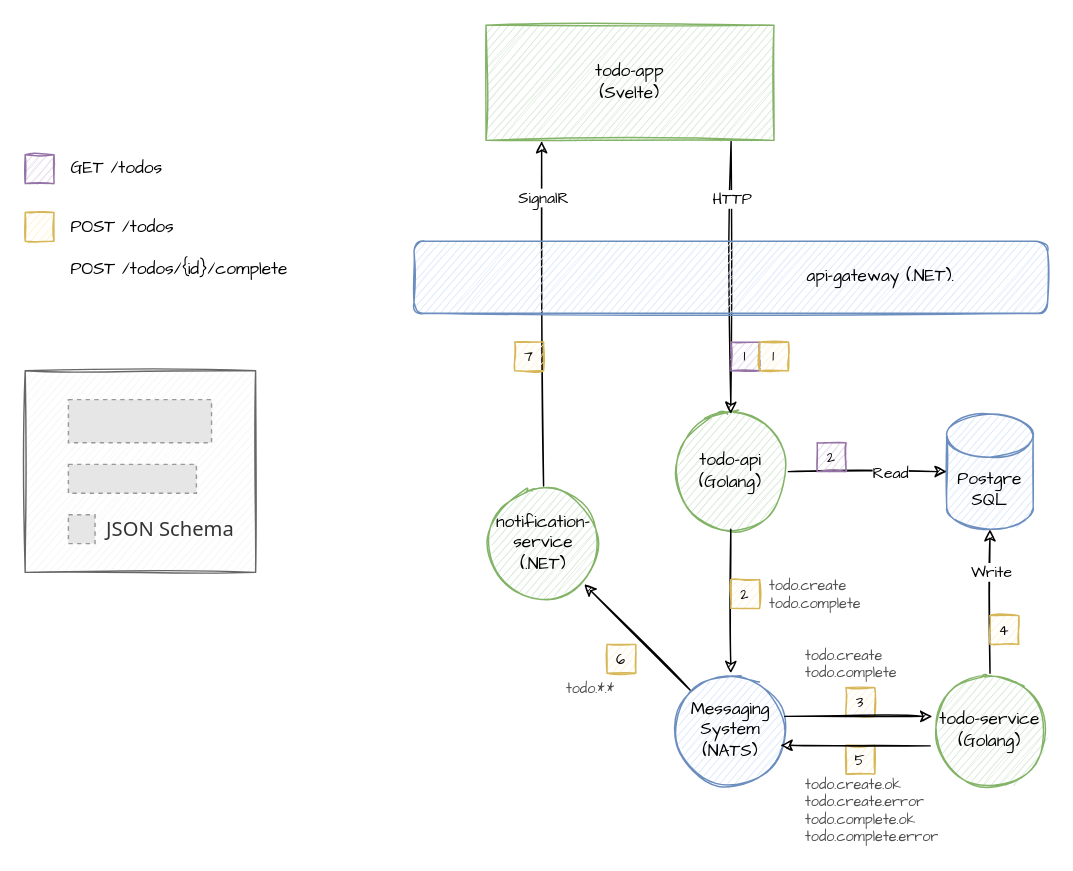
This is doc/architecture.drawio from heikkilamarko/todo-app, a draw.io file, before an edit. Source tidied: cells renumbered, new cells numbered last; positions are measured from the earlier drawing's top-left corner, leaving out a move shared by most shapes. Both pictures are drawn from the tidied source at 144%, with x=0, y=0 at pixel (24, 24). Pictures stored in the file or linked from it are replaced by grey dashed boxes.
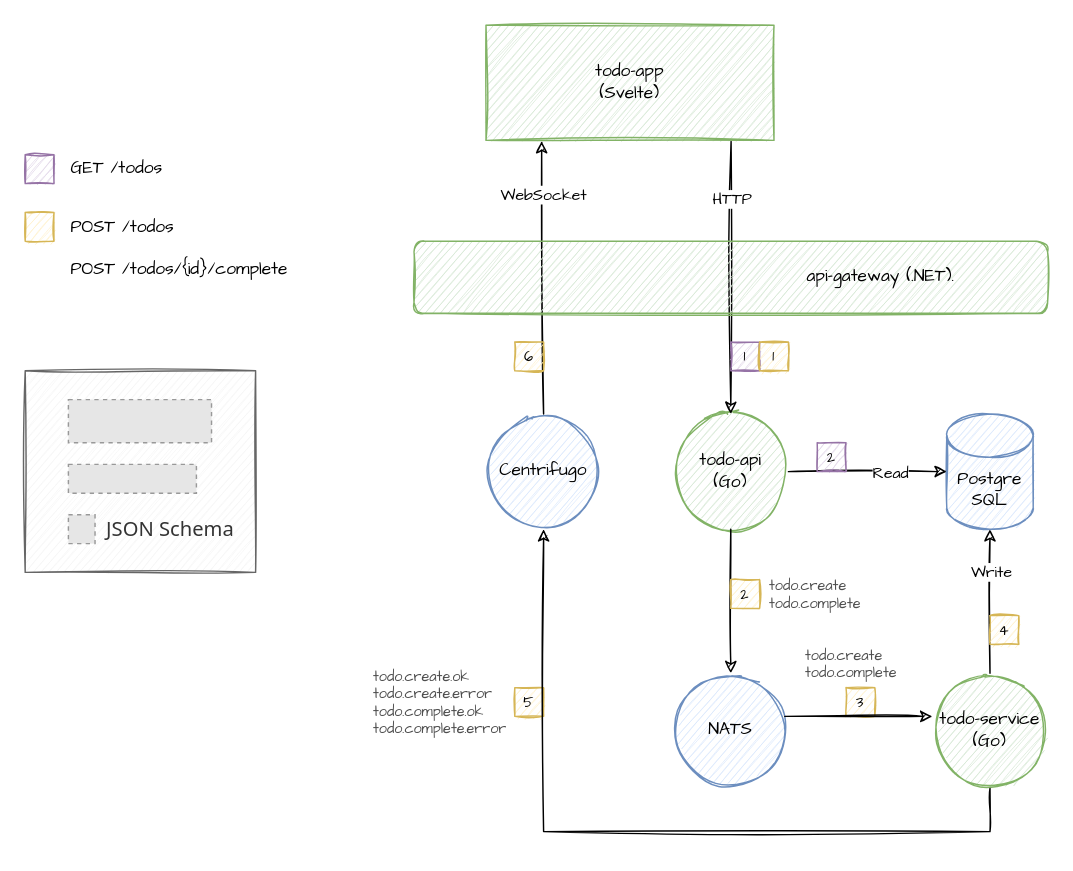
The same diagram, later.

The change refers to these unchanged cells:
```xml
<mxCell id="21" style="rounded=0;jettySize=auto;html=1;entryX=0.193;entryY=1.006;entryDx=0;entryDy=0;sketch=1;fontFamily=Comic Sans MS;exitX=0.5;exitY=0;exitDx=0;exitDy=0;entryPerimeter=0;startArrow=none;startFill=0;" parent="1" edge="1" source="5" target="13">
  <mxGeometry relative="1" as="geometry" />
</mxCell>
```

What changed in the source:
```diff
@@
-    <mxCell id="2" value="todo-api&lt;br&gt;(Golang)" style="ellipse;whiteSpace=wrap;html=1;sketch=1;fontFamily=Comic Sans MS;fillColor=#d5e8d4;strokeColor=#82b366;labelBackgroundColor=none;" parent="1" vertex="1">
+    <mxCell id="2" value="todo-api&lt;br&gt;(Go)" style="ellipse;whiteSpace=wrap;html=1;sketch=1;fontFamily=Comic Sans MS;fillColor=#d5e8d4;strokeColor=#82b366;labelBackgroundColor=none;" parent="1" vertex="1">
       <mxGeometry x="450" y="270" width="80" height="80" as="geometry" />
     </mxCell>
@@
-    <mxCell id="4" value="Messaging&lt;br&gt;System&lt;br&gt;(NATS)" style="ellipse;whiteSpace=wrap;html=1;sketch=1;fontFamily=Comic Sans MS;fillColor=#dae8fc;strokeColor=#6c8ebf;labelBackgroundColor=none;" parent="1" vertex="1">
+    <mxCell id="4" value="NATS" style="ellipse;whiteSpace=wrap;html=1;sketch=1;fontFamily=Comic Sans MS;fillColor=#dae8fc;strokeColor=#6c8ebf;labelBackgroundColor=none;" parent="1" vertex="1">
       <mxGeometry x="450" y="450" width="80" height="80" as="geometry" />
     </mxCell>
-    <mxCell id="5" value="notification-service&lt;br&gt;(.NET)" style="ellipse;whiteSpace=wrap;html=1;sketch=1;fontFamily=Comic Sans MS;fillColor=#d5e8d4;strokeColor=#82b366;labelBackgroundColor=none;" parent="1" vertex="1">
-      <mxGeometry x="320" y="320" width="80" height="80" as="geometry" />
+    <mxCell id="5" value="Centrifugo" style="ellipse;whiteSpace=wrap;html=1;sketch=1;fontFamily=Comic Sans MS;fillColor=#dae8fc;strokeColor=#6c8ebf;labelBackgroundColor=none;" parent="1" vertex="1">
+      <mxGeometry x="320" y="270" width="80" height="80" as="geometry" />
     </mxCell>
-    <mxCell id="6" value="todo-service&lt;br&gt;(Golang)" style="ellipse;whiteSpace=wrap;html=1;sketch=1;fontFamily=Comic Sans MS;fillColor=#d5e8d4;strokeColor=#82b366;fillStyle=auto;labelBackgroundColor=none;" parent="1" vertex="1">
+    <mxCell id="6" value="todo-service&lt;br&gt;(Go)" style="ellipse;whiteSpace=wrap;html=1;sketch=1;fontFamily=Comic Sans MS;fillColor=#d5e8d4;strokeColor=#82b366;fillStyle=auto;labelBackgroundColor=none;" parent="1" vertex="1">
       <mxGeometry x="630" y="450" width="80" height="80" as="geometry" />
     </mxCell>
@@
-    <mxCell id="9" style="rounded=0;jettySize=auto;html=1;endArrow=classic;endFill=1;exitX=0;exitY=0;exitDx=0;exitDy=0;entryX=1;entryY=1;entryDx=0;entryDy=0;sketch=1;fontFamily=Comic Sans MS;" parent="1" edge="1" source="4" target="5">
-      <mxGeometry relative="1" as="geometry" />
-    </mxCell>
@@
-    <mxCell id="22" value="SignalR" style="edgeLabel;html=1;align=center;verticalAlign=middle;fontFamily=Comic Sans MS;" parent="21" vertex="1">
-      <mxGeometry x="0.67" y="-1" relative="1" as="geometry" />
+    <mxCell id="22" value="WebSocket" style="edgeLabel;html=1;align=center;verticalAlign=middle;fontFamily=Comic Sans MS;" parent="21" vertex="1">
+      <mxGeometry x="0.67" y="-1" relative="1" as="geometry">
+        <mxPoint y="6" as="offset" />
+      </mxGeometry>
     </mxCell>
@@
-    <mxCell id="31" value="5" style="text;html=1;strokeColor=#d6b656;fillColor=#fff2cc;align=center;verticalAlign=middle;whiteSpace=wrap;rounded=0;fontFamily=Comic Sans MS;fontSize=10;sketch=1;" parent="1" vertex="1">
-      <mxGeometry x="570" y="500" width="20" height="20" as="geometry" />
-    </mxCell>
-    <mxCell id="32" value="6" style="text;html=1;strokeColor=#d6b656;fillColor=#fff2cc;align=center;verticalAlign=middle;whiteSpace=wrap;rounded=0;fontFamily=Comic Sans MS;fontSize=10;sketch=1;" parent="1" vertex="1">
-      <mxGeometry x="404" y="430" width="20" height="20" as="geometry" />
+    <mxCell id="32" value="5" style="text;html=1;strokeColor=#d6b656;fillColor=#fff2cc;align=center;verticalAlign=middle;whiteSpace=wrap;rounded=0;fontFamily=Comic Sans MS;fontSize=10;sketch=1;" parent="1" vertex="1">
+      <mxGeometry x="340" y="460" width="20" height="20" as="geometry" />
     </mxCell>
-    <mxCell id="33" value="7" style="text;html=1;strokeColor=#d6b656;fillColor=#fff2cc;align=center;verticalAlign=middle;whiteSpace=wrap;rounded=0;fontFamily=Comic Sans MS;fontSize=10;sketch=1;" parent="1" vertex="1">
+    <mxCell id="33" value="6" style="text;html=1;strokeColor=#d6b656;fillColor=#fff2cc;align=center;verticalAlign=middle;whiteSpace=wrap;rounded=0;fontFamily=Comic Sans MS;fontSize=10;sketch=1;" parent="1" vertex="1">
       <mxGeometry x="340" y="220" width="20" height="20" as="geometry" />
     </mxCell>
@@
-    <mxCell id="39" value="todo.*.*" style="text;html=1;align=left;verticalAlign=middle;fillColor=none;strokeColor=none;rounded=0;fontFamily=Comic Sans MS;fontSize=10;fontColor=#4D4D4D;" parent="1" vertex="1">
-      <mxGeometry x="374" y="450" width="50" height="20" as="geometry" />
-    </mxCell>
@@
-    <mxCell id="41" style="rounded=0;jettySize=auto;html=1;endArrow=none;endFill=0;sketch=1;fontFamily=Comic Sans MS;startArrow=classic;startFill=1;entryX=-0.019;entryY=0.631;entryDx=0;entryDy=0;exitX=0.931;exitY=0.625;exitDx=0;exitDy=0;entryPerimeter=0;exitPerimeter=0;" parent="1" edge="1" source="4" target="6">
-      <mxGeometry relative="1" as="geometry" />
-    </mxCell>
@@
     <mxCell id="43" value="todo.create.ok&lt;br&gt;todo.create.error&lt;br&gt;todo.complete.ok&lt;br&gt;todo.complete.error" style="text;html=1;align=left;verticalAlign=middle;fillColor=none;strokeColor=none;rounded=0;fontFamily=Comic Sans MS;fontSize=10;fontColor=#4D4D4D;" parent="1" vertex="1">
-      <mxGeometry x="540" y="520" width="110" height="50" as="geometry" />
+      <mxGeometry x="240" y="445" width="110" height="50" as="geometry" />
     </mxCell>
-    <mxCell id="44" value="api-gateway (.NET).&amp;nbsp; &amp;nbsp; &amp;nbsp; &amp;nbsp; &amp;nbsp; &amp;nbsp; &amp;nbsp;" style="rounded=1;whiteSpace=wrap;html=1;sketch=1;fontFamily=Comic Sans MS;fillColor=#dae8fc;strokeColor=#6c8ebf;labelBackgroundColor=none;align=right;" parent="1" vertex="1">
+    <mxCell id="44" value="api-gateway (.NET).&amp;nbsp; &amp;nbsp; &amp;nbsp; &amp;nbsp; &amp;nbsp; &amp;nbsp; &amp;nbsp;" style="rounded=1;whiteSpace=wrap;html=1;sketch=1;fontFamily=Comic Sans MS;fillColor=#d5e8d4;strokeColor=#82b366;labelBackgroundColor=none;align=right;" parent="1" vertex="1">
       <mxGeometry x="270" y="150" width="440" height="50" as="geometry" />
     </mxCell>
+    <mxCell id="45" style="rounded=0;jettySize=auto;html=1;entryX=0.5;entryY=1;entryDx=0;entryDy=0;endArrow=none;endFill=0;sketch=1;fontFamily=Comic Sans MS;startArrow=classic;startFill=1;exitX=0.5;exitY=1;exitDx=0;exitDy=0;edgeStyle=orthogonalEdgeStyle;" parent="1" edge="1" source="5" target="6">
+      <mxGeometry relative="1" as="geometry">
+        <Array as="points">
+          <mxPoint x="360" y="560" />
+          <mxPoint x="670" y="560" />
+        </Array>
+      </mxGeometry>
+    </mxCell>
```
